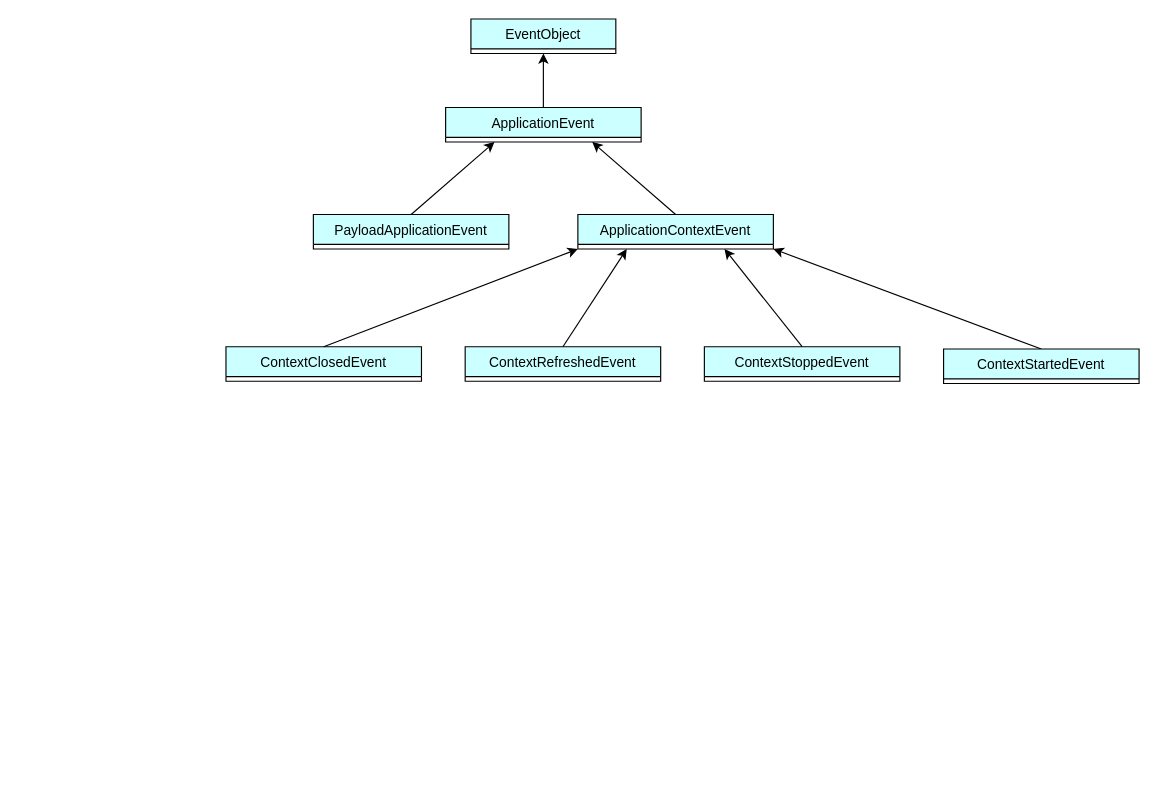
MuggleStar/draw_io keeps this draw.io diagram as spring/EventObject.drawio. Above is the earlier version. Source tidied: cells renumbered, new cells numbered last; positions are measured from the earlier drawing's top-left corner, leaving out a move shared by most shapes. Both pictures are drawn from the tidied source at 115%, with x=0, y=0 at pixel (225, 18).
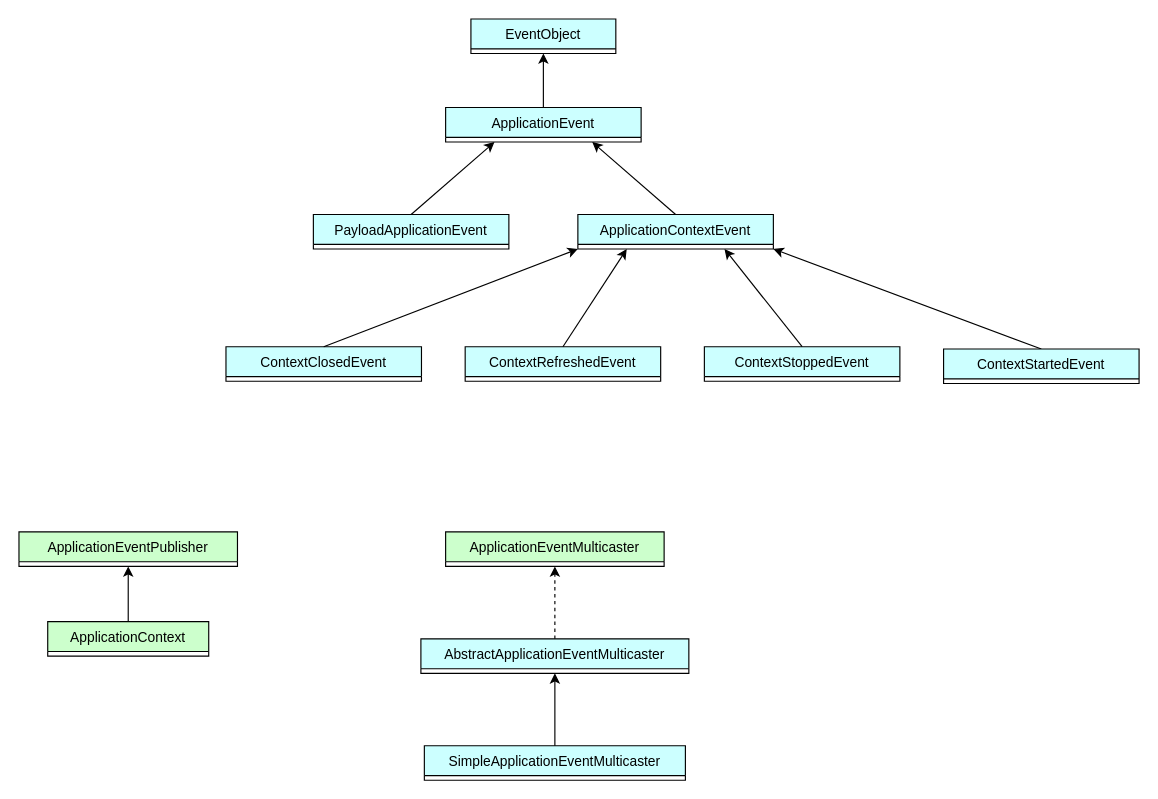
Above is the later version.

Diff of the diagram source:
```diff
@@
+    <mxCell id="17" value="ApplicationEventPublisher" style="swimlane;fontStyle=0;horizontal=1;startSize=26;fillColor=#CCFFCC;direction=east;strokeColor=default;swimlaneLine=1;glass=0;rounded=0;shadow=0;" parent="1" vertex="1" collapsed="1">
+      <mxGeometry x="-180" y="446" width="190" height="30" as="geometry" />
+    </mxCell>
+    <mxCell id="18" value="ApplicationContext" style="swimlane;fontStyle=0;horizontal=1;startSize=26;fillColor=#CCFFCC;direction=east;strokeColor=default;swimlaneLine=1;glass=0;rounded=0;shadow=0;" parent="1" vertex="1" collapsed="1">
+      <mxGeometry x="-155" y="524" width="140" height="30" as="geometry" />
+    </mxCell>
+    <mxCell id="19" style="endArrow=classic;html=1;rounded=0;exitX=0.5;exitY=0;exitDx=0;exitDy=0;entryX=0.5;entryY=1;entryDx=0;entryDy=0;" parent="1" edge="1" source="18" target="17">
+      <mxGeometry relative="1" as="geometry" />
+    </mxCell>
+    <mxCell id="20" value="ApplicationEventMulticaster" style="swimlane;fontStyle=0;horizontal=1;startSize=26;fillColor=#CCFFCC;direction=east;strokeColor=default;swimlaneLine=1;glass=0;rounded=0;shadow=0;" parent="1" vertex="1" collapsed="1">
+      <mxGeometry x="191" y="446" width="190" height="30" as="geometry" />
+    </mxCell>
+    <mxCell id="21" value="AbstractApplicationEventMulticaster" style="swimlane;fontStyle=0;horizontal=1;startSize=26;fillColor=#CCFFFF;direction=east;strokeColor=default;swimlaneLine=1;glass=0;rounded=0;shadow=0;" parent="1" vertex="1" collapsed="1">
+      <mxGeometry x="169.5" y="539" width="233" height="30" as="geometry" />
+    </mxCell>
+    <mxCell id="22" value="SimpleApplicationEventMulticaster" style="swimlane;fontStyle=0;horizontal=1;startSize=26;fillColor=#CCFFFF;direction=east;strokeColor=default;swimlaneLine=1;glass=0;rounded=0;shadow=0;" parent="1" vertex="1" collapsed="1">
+      <mxGeometry x="172.5" y="632" width="227" height="30" as="geometry" />
+    </mxCell>
+    <mxCell id="23" style="endArrow=classic;html=1;rounded=0;exitX=0.5;exitY=0;exitDx=0;exitDy=0;entryX=0.5;entryY=1;entryDx=0;entryDy=0;dashed=1;" parent="1" edge="1" source="21" target="20">
+      <mxGeometry relative="1" as="geometry" />
+    </mxCell>
+    <mxCell id="24" style="endArrow=classic;html=1;rounded=0;exitX=0.5;exitY=0;exitDx=0;exitDy=0;entryX=0.5;entryY=1;entryDx=0;entryDy=0;" parent="1" edge="1" source="22" target="21">
+      <mxGeometry relative="1" as="geometry" />
+    </mxCell>
```
